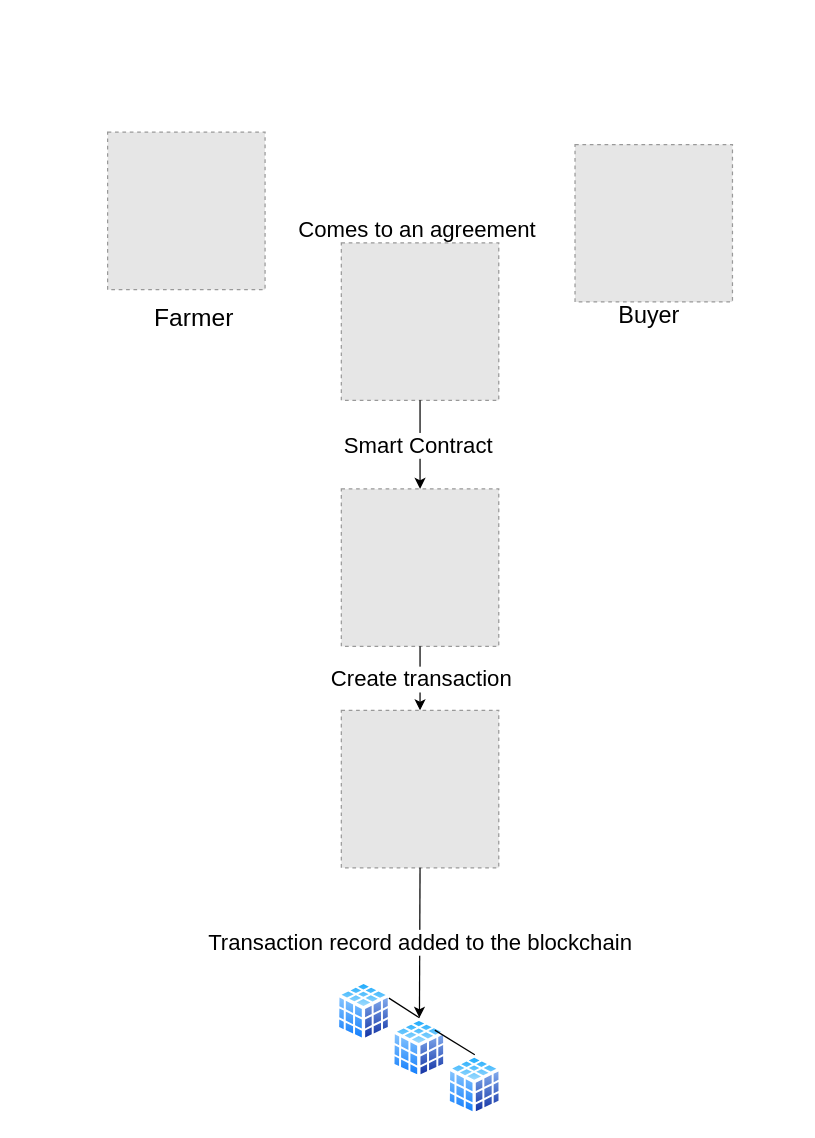
Earlier version of the draw.io diagram Smart contract and blockchain.drawio (nihitchoudhary/Public). Source tidied: cells renumbered, new cells numbered last; positions are measured from the earlier drawing's top-left corner, leaving out a move shared by most shapes. Both pictures are drawn from the tidied source at 123%, with x=0, y=0 at pixel (107, 132). Pictures stored in the file or linked from it are replaced by grey dashed boxes.
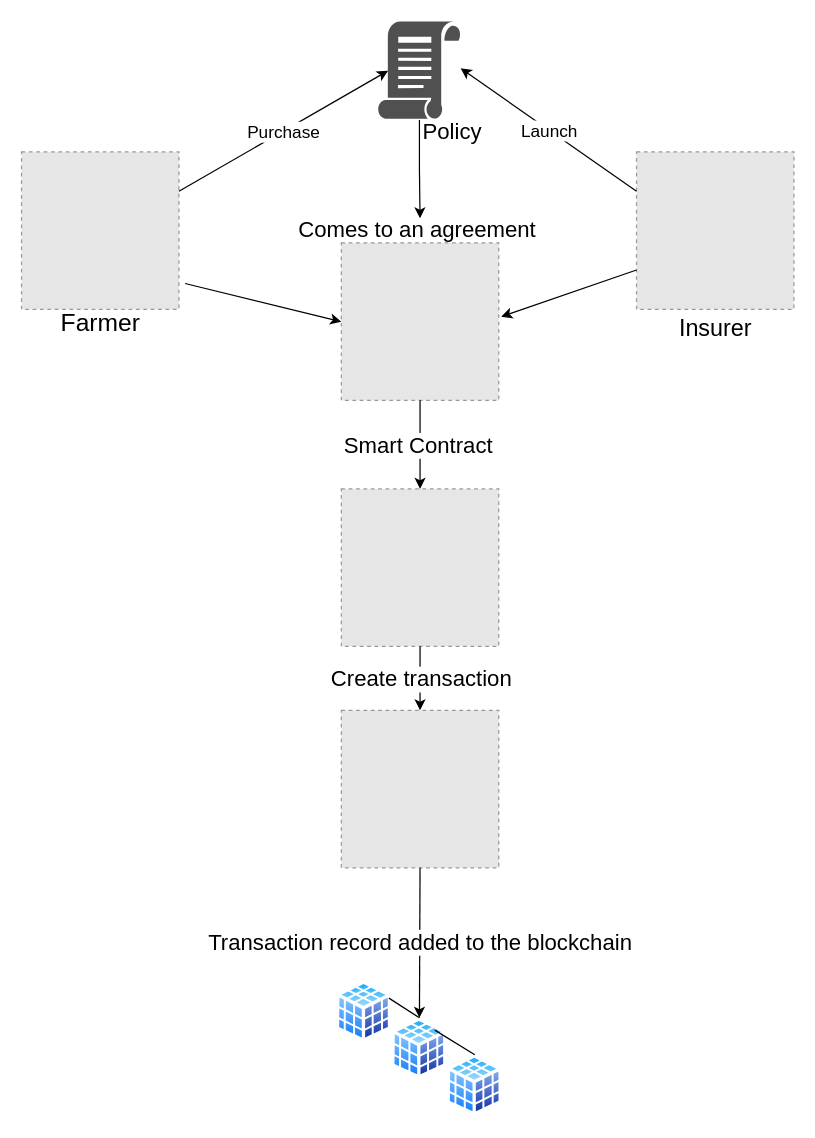
The same page after the edit.

Commit message:
Update Smart contract and blockchain for Insurance.drawio

The change refers to these unchanged cells:
```xml
<mxCell id="4" style="fillColor=#E6E6E6;strokeColor=#999999;dashed=1;html=1;verticalAlign=top;verticalLabelPosition=bottom;labelBackgroundColor=#ffffff;" parent="1" vertex="1">
  <mxGeometry x="190" y="90" width="128" height="128" as="geometry" />
</mxCell>
<mxCell id="9" value="&lt;font style=&quot;font-size: 18px&quot;&gt;Comes to an agreement&amp;nbsp;&lt;/font&gt;" style="text;html=1;align=center;verticalAlign=middle;points=[];" parent="1" vertex="1">
  <mxGeometry x="149" y="70" width="210" height="20" as="geometry" />
</mxCell>
```

The edit, as a diff of the source:
```diff
@@
     <mxCell id="2" style="fillColor=#E6E6E6;strokeColor=#999999;dashed=1;html=1;verticalAlign=top;verticalLabelPosition=bottom;labelBackgroundColor=#ffffff;" parent="1" vertex="1">
-      <mxGeometry width="128" height="128" as="geometry" />
+      <mxGeometry x="-70" y="16" width="128" height="128" as="geometry" />
     </mxCell>
     <mxCell id="3" style="fillColor=#E6E6E6;strokeColor=#999999;dashed=1;html=1;verticalAlign=top;verticalLabelPosition=bottom;labelBackgroundColor=#ffffff;" parent="1" vertex="1">
-      <mxGeometry x="380" y="10" width="128" height="128" as="geometry" />
+      <mxGeometry x="430" y="16" width="128" height="128" as="geometry" />
     </mxCell>
@@
     <mxCell id="7" value="&lt;font style=&quot;font-size: 20px&quot;&gt;Farmer&lt;/font&gt;" style="text;html=1;align=center;verticalAlign=middle;" parent="1" vertex="1">
-      <mxGeometry x="30" y="140" width="80" height="20" as="geometry" />
+      <mxGeometry x="-46" y="144" width="80" height="20" as="geometry" />
     </mxCell>
-    <mxCell id="8" value="&lt;font style=&quot;font-size: 19px&quot;&gt;Buyer&lt;/font&gt;" style="text;html=1;align=center;verticalAlign=middle;" parent="1" vertex="1">
-      <mxGeometry x="405" y="140" width="70" height="20" as="geometry" />
+    <mxCell id="8" value="&lt;font style=&quot;font-size: 19px&quot;&gt;Insurer&lt;/font&gt;" style="text;html=1;align=center;verticalAlign=middle;" parent="1" vertex="1">
+      <mxGeometry x="459" y="150" width="70" height="20" as="geometry" />
     </mxCell>
@@
+    <mxCell id="22" style="edgeStyle=orthogonalEdgeStyle;rounded=0;jettySize=auto;html=1;" parent="1" edge="1" source="23" target="9">
+      <mxGeometry relative="1" as="geometry" />
+    </mxCell>
+    <mxCell id="23" style="shadow=0;dashed=0;html=1;strokeColor=none;labelPosition=center;verticalLabelPosition=bottom;verticalAlign=top;align=center;fillColor=#505050;shape=mxgraph.mscae.intune.policy;" parent="1" vertex="1">
+      <mxGeometry x="220" y="-90" width="67" height="80" as="geometry" />
+    </mxCell>
+    <mxCell id="24" style="endArrow=classic;html=1;entryX=0.12;entryY=0.5;entryDx=0;entryDy=0;entryPerimeter=0;exitX=1;exitY=0.25;exitDx=0;exitDy=0;" parent="1" edge="1" source="2" target="23">
+      <mxGeometry relative="1" as="geometry" />
+    </mxCell>
+    <mxCell id="25" value="&lt;font style=&quot;font-size: 14px&quot;&gt;Purchase&lt;/font&gt;" style="edgeLabel;html=1;align=center;verticalAlign=middle;" parent="24" vertex="1">
+      <mxGeometry relative="1" as="geometry" />
+    </mxCell>
+    <mxCell id="26" style="endArrow=classic;html=1;exitX=0;exitY=0.25;exitDx=0;exitDy=0;entryX=1;entryY=0.475;entryDx=0;entryDy=0;entryPerimeter=0;" parent="1" edge="1" source="3" target="23">
+      <mxGeometry relative="1" as="geometry" />
+    </mxCell>
+    <mxCell id="27" value="&lt;span style=&quot;font-size: 14px&quot;&gt;Launch&lt;/span&gt;" style="edgeLabel;html=1;align=center;verticalAlign=middle;" parent="26" vertex="1">
+      <mxGeometry relative="1" as="geometry" />
+    </mxCell>
+    <mxCell id="28" style="endArrow=classic;html=1;exitX=1.039;exitY=0.836;exitDx=0;exitDy=0;exitPerimeter=0;entryX=0;entryY=0.5;entryDx=0;entryDy=0;" parent="1" edge="1" source="2" target="4">
+      <mxGeometry relative="1" as="geometry" />
+    </mxCell>
+    <mxCell id="29" style="endArrow=classic;html=1;exitX=0;exitY=0.75;exitDx=0;exitDy=0;" parent="1" edge="1" source="3">
+      <mxGeometry relative="1" as="geometry">
+        <mxPoint x="320" y="150" as="targetPoint" />
+      </mxGeometry>
+    </mxCell>
+    <mxCell id="30" value="&lt;font style=&quot;font-size: 18px&quot;&gt;Policy&lt;/font&gt;" style="text;html=1;align=center;verticalAlign=middle;" parent="1" vertex="1">
+      <mxGeometry x="250" y="-10" width="60" height="20" as="geometry" />
+    </mxCell>
```
